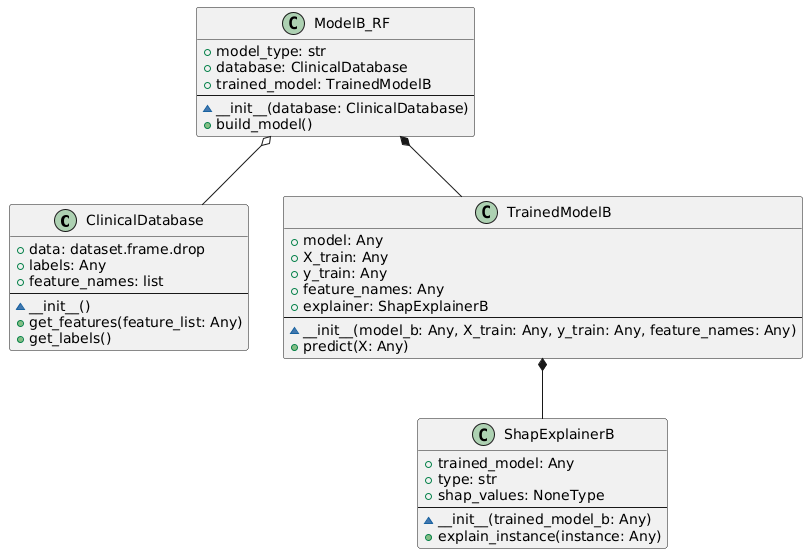
miklotovx/UMLOOModeler keeps this PlantUML diagram as ClinicalModule/UMLOOModeler_clinical_shap_diagram.png. Above is the earlier version. The source it was exported from:
```plantuml
@startuml

class "ClinicalDatabase" {
  + data: dataset.frame.drop
  + labels: Any
  + feature_names: list
  --
  ~ __init__()
  + get_features(feature_list: Any)
  + get_labels()
}

class "ModelB_RF" {
  + model_type: str
  + database: ClinicalDatabase
  + trained_model: TrainedModelB
  --
  ~ __init__(database: ClinicalDatabase)
  + build_model()
}

class "TrainedModelB" {
  + model: Any
  + X_train: Any
  + y_train: Any
  + feature_names: Any
  + explainer: ShapExplainerB
  --
  ~ __init__(model_b: Any, X_train: Any, y_train: Any, feature_names: Any)
  + predict(X: Any)
}

class "ShapExplainerB" {
  + trained_model: Any
  + type: str
  + shap_values: NoneType
  --
  ~ __init__(trained_model_b: Any)
  + explain_instance(instance: Any)
}

ModelB_RF *-- TrainedModelB
TrainedModelB *-- ShapExplainerB
ModelB_RF o-- ClinicalDatabase
@enduml
```
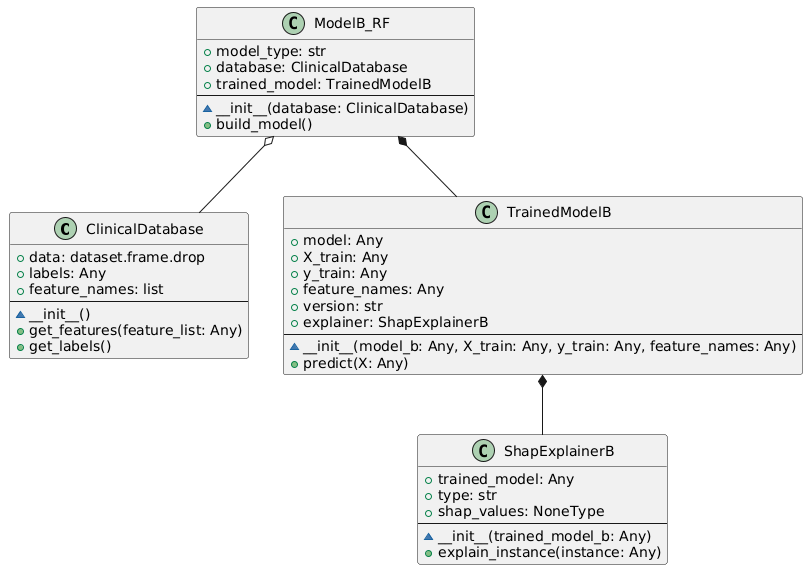
The same diagram one commit later.

The edit, as a diff of the source:
```diff
@@ -24,6 +24,7 @@
   + X_train: Any
   + y_train: Any
   + feature_names: Any
+  + version: str
   + explainer: ShapExplainerB
   --
   ~ __init__(model_b: Any, X_train: Any, y_train: Any, feature_names: Any)
```
